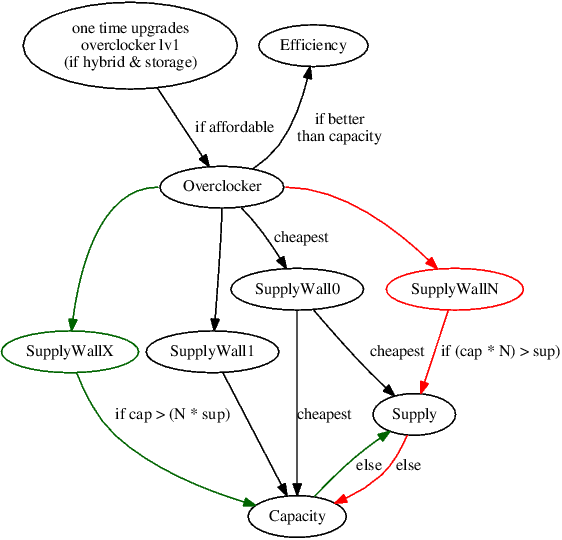
This is mi.png from genbtc/AutoTrimps-stable, a Graphviz export, as it was before one commit. Its source is kept beside it as mi.dot. Source of this version:
```dot
digraph S {
  onetime [label="one time upgrades\noverclocker lv1\n(if hybrid & storage)"];
  { rank=same; onetime; Efficiency; }
  onetime -> Overclocker [label="if affordable"];
  Overclocker -> Efficiency [label="if better\nthan capacity"];
  Overclocker:se -> SupplyWall0 -> { Capacity, Supply } [label="cheapest"];
  Overclocker:s -> SupplyWall1 -> Capacity;
  Overclocker:w -> { SupplyWallX [color=darkgreen] } [color=darkgreen];
  SupplyWallX -> Capacity [label="if cap > (N * sup)", color=darkgreen];
  Capacity -> Supply [label="else", color=darkgreen];
  Overclocker:e -> { SupplyWallN [color=red] } [color=red];
  SupplyWallN -> Supply [label="if (cap * N) > sup)", color=red] ;
  Supply -> Capacity [label="else", color=red];
}
```
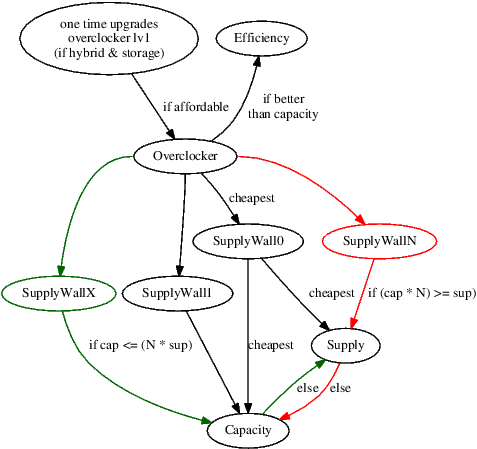
The same file after the commit.

Change to the diagram source:
```diff
@@ -6,9 +6,9 @@
   Overclocker:se -> SupplyWall0 -> { Capacity, Supply } [label="cheapest"];
   Overclocker:s -> SupplyWall1 -> Capacity;
   Overclocker:w -> { SupplyWallX [color=darkgreen] } [color=darkgreen];
-  SupplyWallX -> Capacity [label="if cap > (N * sup)", color=darkgreen];
+  SupplyWallX -> Capacity [label="if cap <= (N * sup)", color=darkgreen];
   Capacity -> Supply [label="else", color=darkgreen];
   Overclocker:e -> { SupplyWallN [color=red] } [color=red];
-  SupplyWallN -> Supply [label="if (cap * N) > sup)", color=red] ;
+  SupplyWallN -> Supply [label="if (cap * N) >= sup)", color=red] ;
   Supply -> Capacity [label="else", color=red];
 }
```
